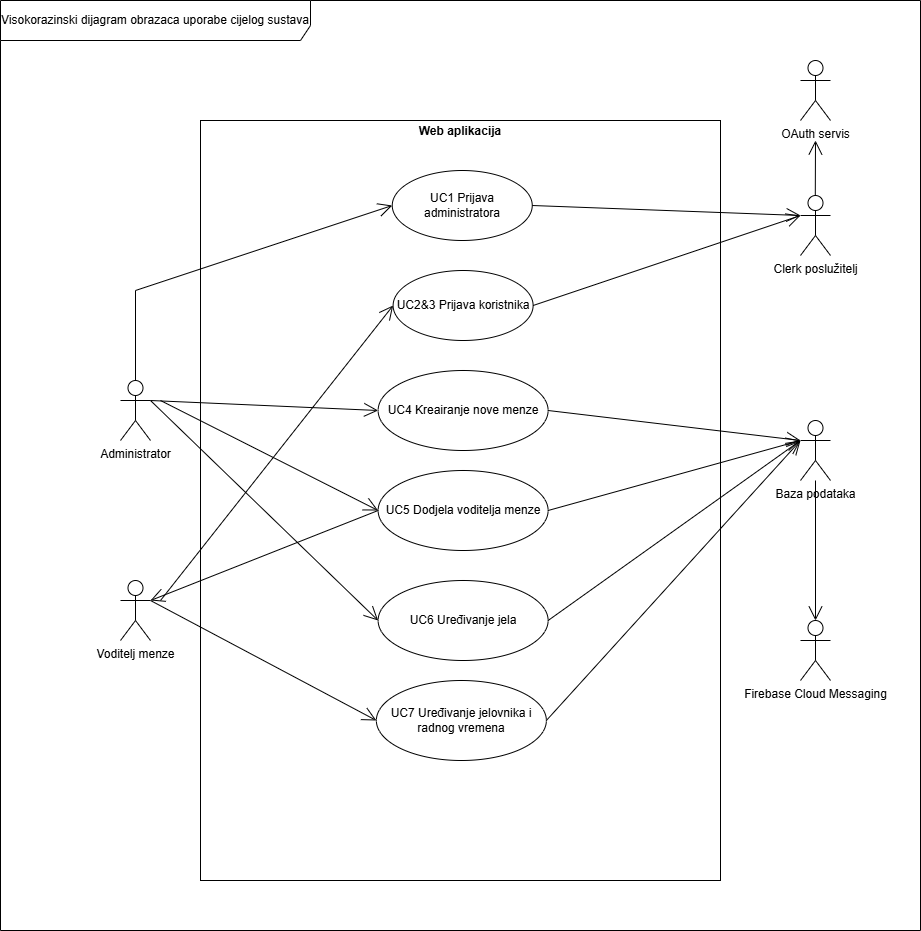
Earlier version of the draw.io export docs/imgs/uc-diagrams/ucSistem1.png (lukaznj/dish-detective). Source tidied: cells renumbered, new cells last; positions are measured from the earlier drawing's top-left corner, leaving out a move shared by most shapes. Source of this version:
```xml
<mxGraphModel background="#ffffff">
  <root>
    <mxCell id="0" />
    <mxCell id="1" parent="0" />
    <mxCell id="2" value="&lt;p style=&quot;margin:0px;margin-top:4px;text-align:center;&quot;&gt;&lt;/p&gt;&lt;div style=&quot;text-align: center; height: 2px;&quot;&gt;&lt;b&gt;Web aplikacija&lt;/b&gt;&lt;/div&gt;" style="verticalAlign=top;align=left;overflow=fill;html=1;whiteSpace=wrap;labelBackgroundColor=none;" parent="1" vertex="1">
      <mxGeometry x="200" y="120" width="520" height="760" as="geometry" />
    </mxCell>
    <mxCell id="3" value="Visokorazinski dijagram obrazaca uporabe cijelog sustava" style="shape=umlFrame;whiteSpace=wrap;html=1;width=310;height=40;" parent="1" vertex="1">
      <mxGeometry width="920" height="930" as="geometry" />
    </mxCell>
    <mxCell id="4" value="Voditelj menze" style="shape=umlActor;verticalLabelPosition=bottom;verticalAlign=top;html=1;" parent="1" vertex="1">
      <mxGeometry x="120" y="580" width="30" height="60" as="geometry" />
    </mxCell>
    <mxCell id="5" value="Administrator" style="shape=umlActor;verticalLabelPosition=bottom;verticalAlign=top;html=1;" parent="1" vertex="1">
      <mxGeometry x="120" y="380" width="30" height="60" as="geometry" />
    </mxCell>
    <mxCell id="6" value="Clerk poslužitelj" style="shape=umlActor;verticalLabelPosition=bottom;verticalAlign=top;html=1;labelBackgroundColor=none;" parent="1" vertex="1">
      <mxGeometry x="800" y="195" width="30" height="60" as="geometry" />
    </mxCell>
    <mxCell id="7" value="OAuth servis" style="shape=umlActor;verticalLabelPosition=bottom;verticalAlign=top;html=1;" parent="1" vertex="1">
      <mxGeometry x="800" y="60" width="30" height="60" as="geometry" />
    </mxCell>
    <mxCell id="8" style="endArrow=open;endFill=1;endSize=12;html=1;rounded=0;exitX=0.5;exitY=0;exitDx=0;exitDy=0;exitPerimeter=0;" parent="1" edge="1">
      <mxGeometry relative="1" as="geometry">
        <mxPoint x="814.8" y="195" as="sourcePoint" />
        <mxPoint x="815" y="140" as="targetPoint" />
      </mxGeometry>
    </mxCell>
    <mxCell id="9" value="UC1 Prijava administratora" style="ellipse;whiteSpace=wrap;html=1;" parent="1" vertex="1">
      <mxGeometry x="391.8" y="170" width="140" height="70" as="geometry" />
    </mxCell>
    <mxCell id="10" style="endArrow=open;endFill=1;endSize=12;html=1;rounded=0;exitX=0.5;exitY=0;exitDx=0;exitDy=0;exitPerimeter=0;entryX=0;entryY=0.5;entryDx=0;entryDy=0;" parent="1" edge="1" source="5" target="9">
      <mxGeometry relative="1" as="geometry">
        <Array as="points">
          <mxPoint x="135" y="290" />
        </Array>
      </mxGeometry>
    </mxCell>
    <mxCell id="11" style="endArrow=open;endFill=1;endSize=12;html=1;rounded=0;exitX=1;exitY=0.5;exitDx=0;exitDy=0;entryX=0;entryY=0.3333333333333333;entryDx=0;entryDy=0;entryPerimeter=0;" parent="1" edge="1" source="9" target="6">
      <mxGeometry relative="1" as="geometry" />
    </mxCell>
    <mxCell id="12" value="UC4 Kreairanje nove menze" style="ellipse;whiteSpace=wrap;html=1;" parent="1" vertex="1">
      <mxGeometry x="377.6" y="370" width="170" height="80" as="geometry" />
    </mxCell>
    <mxCell id="13" value="UC5 Dodjela voditelja menze" style="ellipse;whiteSpace=wrap;html=1;" parent="1" vertex="1">
      <mxGeometry x="377.6" y="470" width="170" height="80" as="geometry" />
    </mxCell>
    <mxCell id="14" value="UC6 Uređivanje jela" style="ellipse;whiteSpace=wrap;html=1;" parent="1" vertex="1">
      <mxGeometry x="377.6" y="580" width="170" height="80" as="geometry" />
    </mxCell>
    <mxCell id="15" style="endArrow=open;endFill=1;endSize=12;html=1;rounded=0;exitX=1;exitY=0.3333333333333333;exitDx=0;exitDy=0;exitPerimeter=0;entryX=0;entryY=0.5;entryDx=0;entryDy=0;" parent="1" edge="1" source="5" target="12">
      <mxGeometry relative="1" as="geometry" />
    </mxCell>
    <mxCell id="16" style="endArrow=open;endFill=1;endSize=12;html=1;rounded=0;entryX=0;entryY=0.5;entryDx=0;entryDy=0;" parent="1" edge="1" target="13">
      <mxGeometry relative="1" as="geometry">
        <mxPoint x="160" y="400" as="sourcePoint" />
      </mxGeometry>
    </mxCell>
    <mxCell id="17" style="endArrow=open;endFill=1;endSize=12;html=1;rounded=0;entryX=0;entryY=0.5;entryDx=0;entryDy=0;exitX=1;exitY=0.3333333333333333;exitDx=0;exitDy=0;exitPerimeter=0;" parent="1" edge="1" source="5" target="14">
      <mxGeometry relative="1" as="geometry" />
    </mxCell>
    <mxCell id="18" style="endArrow=open;endFill=1;endSize=12;html=1;rounded=0;exitX=1;exitY=0.5;exitDx=0;exitDy=0;entryX=0;entryY=0.3333333333333333;entryDx=0;entryDy=0;entryPerimeter=0;" parent="1" edge="1" source="12" target="19">
      <mxGeometry relative="1" as="geometry" />
    </mxCell>
    <mxCell id="19" value="Baza podataka" style="shape=umlActor;verticalLabelPosition=bottom;verticalAlign=top;html=1;labelBackgroundColor=none;" parent="1" vertex="1">
      <mxGeometry x="800" y="420" width="30" height="60" as="geometry" />
    </mxCell>
    <mxCell id="20" style="endArrow=open;endFill=1;endSize=12;html=1;rounded=0;exitX=1;exitY=0.5;exitDx=0;exitDy=0;" parent="1" edge="1" source="13">
      <mxGeometry relative="1" as="geometry">
        <mxPoint x="800" y="440" as="targetPoint" />
      </mxGeometry>
    </mxCell>
    <mxCell id="21" style="endArrow=open;endFill=1;endSize=12;html=1;rounded=0;exitX=1;exitY=0.5;exitDx=0;exitDy=0;" parent="1" edge="1" source="14">
      <mxGeometry relative="1" as="geometry">
        <mxPoint x="800" y="440" as="targetPoint" />
      </mxGeometry>
    </mxCell>
    <mxCell id="22" value="UC7 Uređivanje jelovnika i radnog vremena" style="ellipse;whiteSpace=wrap;html=1;" parent="1" vertex="1">
      <mxGeometry x="375.9" y="680" width="170" height="80" as="geometry" />
    </mxCell>
    <mxCell id="23" style="endArrow=open;endFill=1;endSize=12;html=1;rounded=0;entryX=0;entryY=0.5;entryDx=0;entryDy=0;" parent="1" edge="1" target="22">
      <mxGeometry relative="1" as="geometry">
        <mxPoint x="150" y="600" as="sourcePoint" />
      </mxGeometry>
    </mxCell>
    <mxCell id="24" style="endArrow=open;endFill=1;endSize=12;html=1;rounded=0;exitX=1;exitY=0.5;exitDx=0;exitDy=0;entryX=0;entryY=0.3333333333333333;entryDx=0;entryDy=0;entryPerimeter=0;" parent="1" edge="1" source="22" target="19">
      <mxGeometry relative="1" as="geometry" />
    </mxCell>
    <mxCell id="25" value="Firebase Cloud Messaging" style="shape=umlActor;verticalLabelPosition=bottom;verticalAlign=top;html=1;" parent="1" vertex="1">
      <mxGeometry x="800" y="620" width="30" height="60" as="geometry" />
    </mxCell>
    <mxCell id="26" style="endArrow=open;endFill=1;endSize=12;html=1;rounded=0;entryX=0.5;entryY=0;entryDx=0;entryDy=0;entryPerimeter=0;" parent="1" edge="1" source="19" target="25">
      <mxGeometry relative="1" as="geometry" />
    </mxCell>
    <mxCell id="27" style="endArrow=open;endFill=1;endSize=12;html=1;rounded=0;exitX=0;exitY=0.5;exitDx=0;exitDy=0;entryX=1;entryY=0.3333333333333333;entryDx=0;entryDy=0;entryPerimeter=0;" parent="1" edge="1" source="13" target="4">
      <mxGeometry relative="1" as="geometry" />
    </mxCell>
    <mxCell id="28" value="UC2&amp;amp;3 Prijava koristnika" style="ellipse;whiteSpace=wrap;html=1;" parent="1" vertex="1">
      <mxGeometry x="392.6" y="270" width="140" height="70" as="geometry" />
    </mxCell>
    <mxCell id="29" style="endArrow=open;endFill=1;endSize=12;html=1;rounded=0;entryX=0;entryY=0.5;entryDx=0;entryDy=0;" parent="1" edge="1" target="28">
      <mxGeometry relative="1" as="geometry">
        <mxPoint x="160" y="600" as="sourcePoint" />
      </mxGeometry>
    </mxCell>
    <mxCell id="30" style="endArrow=open;endFill=1;endSize=12;html=1;rounded=0;exitX=1;exitY=0.5;exitDx=0;exitDy=0;entryX=0;entryY=0.3333333333333333;entryDx=0;entryDy=0;entryPerimeter=0;" parent="1" edge="1" source="28" target="6">
      <mxGeometry relative="1" as="geometry" />
    </mxCell>
  </root>
</mxGraphModel>
```
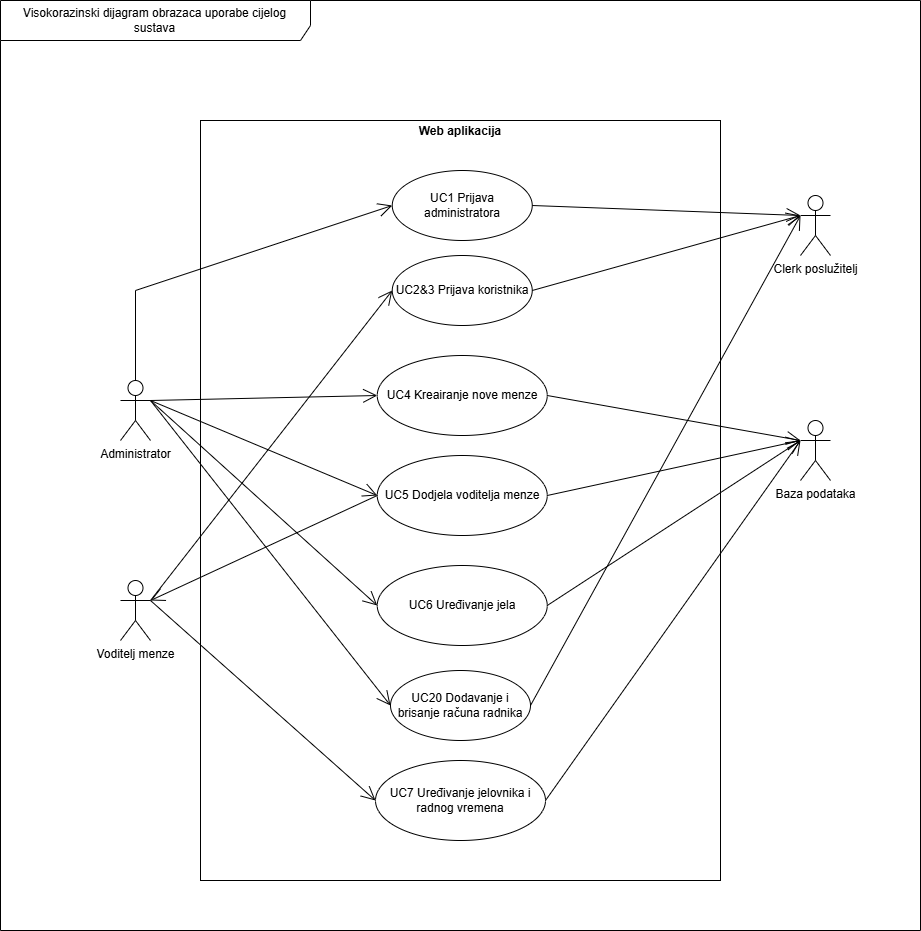
The same diagram one commit later.

What changed in the source:
```diff
@@ -17,15 +17,6 @@
     <mxCell id="6" value="Clerk poslužitelj" style="shape=umlActor;verticalLabelPosition=bottom;verticalAlign=top;html=1;labelBackgroundColor=none;" parent="1" vertex="1">
       <mxGeometry x="800" y="195" width="30" height="60" as="geometry" />
     </mxCell>
-    <mxCell id="7" value="OAuth servis" style="shape=umlActor;verticalLabelPosition=bottom;verticalAlign=top;html=1;" parent="1" vertex="1">
-      <mxGeometry x="800" y="60" width="30" height="60" as="geometry" />
-    </mxCell>
-    <mxCell id="8" style="endArrow=open;endFill=1;endSize=12;html=1;rounded=0;exitX=0.5;exitY=0;exitDx=0;exitDy=0;exitPerimeter=0;" parent="1" edge="1">
-      <mxGeometry relative="1" as="geometry">
-        <mxPoint x="814.8" y="195" as="sourcePoint" />
-        <mxPoint x="815" y="140" as="targetPoint" />
-      </mxGeometry>
-    </mxCell>
     <mxCell id="9" value="UC1 Prijava administratora" style="ellipse;whiteSpace=wrap;html=1;" parent="1" vertex="1">
       <mxGeometry x="391.8" y="170" width="140" height="70" as="geometry" />
     </mxCell>
@@ -40,20 +31,20 @@
       <mxGeometry relative="1" as="geometry" />
     </mxCell>
     <mxCell id="12" value="UC4 Kreairanje nove menze" style="ellipse;whiteSpace=wrap;html=1;" parent="1" vertex="1">
-      <mxGeometry x="377.6" y="370" width="170" height="80" as="geometry" />
+      <mxGeometry x="376.8" y="355" width="170" height="80" as="geometry" />
     </mxCell>
     <mxCell id="13" value="UC5 Dodjela voditelja menze" style="ellipse;whiteSpace=wrap;html=1;" parent="1" vertex="1">
-      <mxGeometry x="377.6" y="470" width="170" height="80" as="geometry" />
+      <mxGeometry x="376.8" y="455" width="170" height="80" as="geometry" />
     </mxCell>
     <mxCell id="14" value="UC6 Uređivanje jela" style="ellipse;whiteSpace=wrap;html=1;" parent="1" vertex="1">
-      <mxGeometry x="377.6" y="580" width="170" height="80" as="geometry" />
+      <mxGeometry x="376.8" y="565" width="170" height="80" as="geometry" />
     </mxCell>
     <mxCell id="15" style="endArrow=open;endFill=1;endSize=12;html=1;rounded=0;exitX=1;exitY=0.3333333333333333;exitDx=0;exitDy=0;exitPerimeter=0;entryX=0;entryY=0.5;entryDx=0;entryDy=0;" parent="1" edge="1" source="5" target="12">
       <mxGeometry relative="1" as="geometry" />
     </mxCell>
     <mxCell id="16" style="endArrow=open;endFill=1;endSize=12;html=1;rounded=0;entryX=0;entryY=0.5;entryDx=0;entryDy=0;" parent="1" edge="1" target="13">
       <mxGeometry relative="1" as="geometry">
-        <mxPoint x="160" y="400" as="sourcePoint" />
+        <mxPoint x="150" y="400" as="sourcePoint" />
       </mxGeometry>
     </mxCell>
     <mxCell id="17" style="endArrow=open;endFill=1;endSize=12;html=1;rounded=0;entryX=0;entryY=0.5;entryDx=0;entryDy=0;exitX=1;exitY=0.3333333333333333;exitDx=0;exitDy=0;exitPerimeter=0;" parent="1" edge="1" source="5" target="14">
@@ -76,7 +67,7 @@
       </mxGeometry>
     </mxCell>
     <mxCell id="22" value="UC7 Uređivanje jelovnika i radnog vremena" style="ellipse;whiteSpace=wrap;html=1;" parent="1" vertex="1">
-      <mxGeometry x="375.9" y="680" width="170" height="80" as="geometry" />
+      <mxGeometry x="375" y="760" width="170" height="80" as="geometry" />
     </mxCell>
     <mxCell id="23" style="endArrow=open;endFill=1;endSize=12;html=1;rounded=0;entryX=0;entryY=0.5;entryDx=0;entryDy=0;" parent="1" edge="1" target="22">
       <mxGeometry relative="1" as="geometry">
@@ -86,25 +77,30 @@
     <mxCell id="24" style="endArrow=open;endFill=1;endSize=12;html=1;rounded=0;exitX=1;exitY=0.5;exitDx=0;exitDy=0;entryX=0;entryY=0.3333333333333333;entryDx=0;entryDy=0;entryPerimeter=0;" parent="1" edge="1" source="22" target="19">
       <mxGeometry relative="1" as="geometry" />
     </mxCell>
-    <mxCell id="25" value="Firebase Cloud Messaging" style="shape=umlActor;verticalLabelPosition=bottom;verticalAlign=top;html=1;" parent="1" vertex="1">
-      <mxGeometry x="800" y="620" width="30" height="60" as="geometry" />
-    </mxCell>
-    <mxCell id="26" style="endArrow=open;endFill=1;endSize=12;html=1;rounded=0;entryX=0.5;entryY=0;entryDx=0;entryDy=0;entryPerimeter=0;" parent="1" edge="1" source="19" target="25">
-      <mxGeometry relative="1" as="geometry" />
-    </mxCell>
     <mxCell id="27" style="endArrow=open;endFill=1;endSize=12;html=1;rounded=0;exitX=0;exitY=0.5;exitDx=0;exitDy=0;entryX=1;entryY=0.3333333333333333;entryDx=0;entryDy=0;entryPerimeter=0;" parent="1" edge="1" source="13" target="4">
       <mxGeometry relative="1" as="geometry" />
     </mxCell>
     <mxCell id="28" value="UC2&amp;amp;3 Prijava koristnika" style="ellipse;whiteSpace=wrap;html=1;" parent="1" vertex="1">
-      <mxGeometry x="392.6" y="270" width="140" height="70" as="geometry" />
+      <mxGeometry x="391.8" y="255" width="140" height="70" as="geometry" />
     </mxCell>
     <mxCell id="29" style="endArrow=open;endFill=1;endSize=12;html=1;rounded=0;entryX=0;entryY=0.5;entryDx=0;entryDy=0;" parent="1" edge="1" target="28">
       <mxGeometry relative="1" as="geometry">
-        <mxPoint x="160" y="600" as="sourcePoint" />
+        <mxPoint x="150" y="600" as="sourcePoint" />
       </mxGeometry>
     </mxCell>
     <mxCell id="30" style="endArrow=open;endFill=1;endSize=12;html=1;rounded=0;exitX=1;exitY=0.5;exitDx=0;exitDy=0;entryX=0;entryY=0.3333333333333333;entryDx=0;entryDy=0;entryPerimeter=0;" parent="1" edge="1" source="28" target="6">
       <mxGeometry relative="1" as="geometry" />
     </mxCell>
+    <mxCell id="31" value="UC20 Dodavanje i brisanje računa radnika" style="ellipse;whiteSpace=wrap;html=1;" parent="1" vertex="1">
+      <mxGeometry x="390" y="670" width="140" height="70" as="geometry" />
+    </mxCell>
+    <mxCell id="32" style="endArrow=open;endFill=1;endSize=12;html=1;rounded=0;entryX=0;entryY=0.5;entryDx=0;entryDy=0;" parent="1" edge="1" target="31">
+      <mxGeometry relative="1" as="geometry">
+        <mxPoint x="150" y="400" as="sourcePoint" />
+      </mxGeometry>
+    </mxCell>
+    <mxCell id="33" style="endArrow=open;endFill=1;endSize=12;html=1;rounded=0;exitX=1;exitY=0.5;exitDx=0;exitDy=0;entryX=0;entryY=0.3333333333333333;entryDx=0;entryDy=0;entryPerimeter=0;" parent="1" edge="1" source="31" target="6">
+      <mxGeometry relative="1" as="geometry" />
+    </mxCell>
   </root>
 </mxGraphModel>
```
